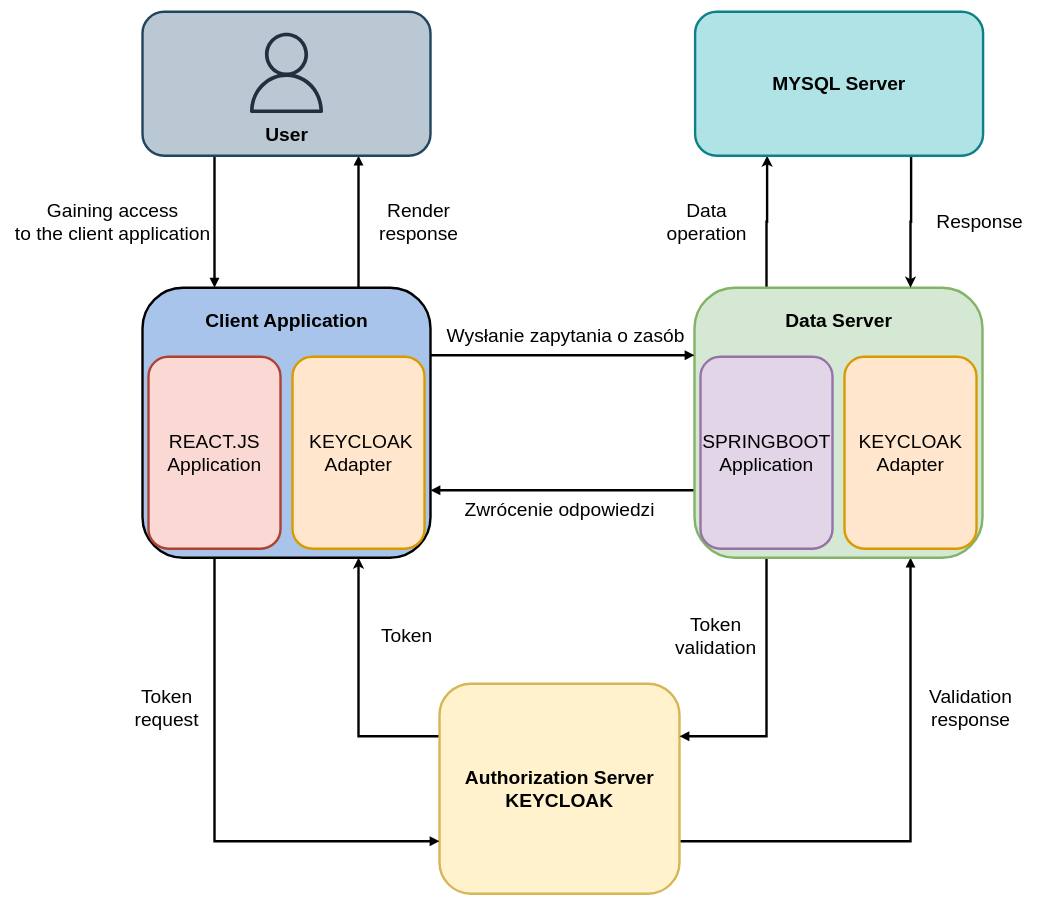
The draw.io diagram diagram_komponentów.drawio in piskorr/fitstat, before the edit. Source tidied: cells renumbered, new cells numbered last; positions are measured from the earlier drawing's top-left corner, leaving out a move shared by most shapes. Both pictures are drawn from the tidied source at 60%, with x=0, y=0 at pixel (10, 11).
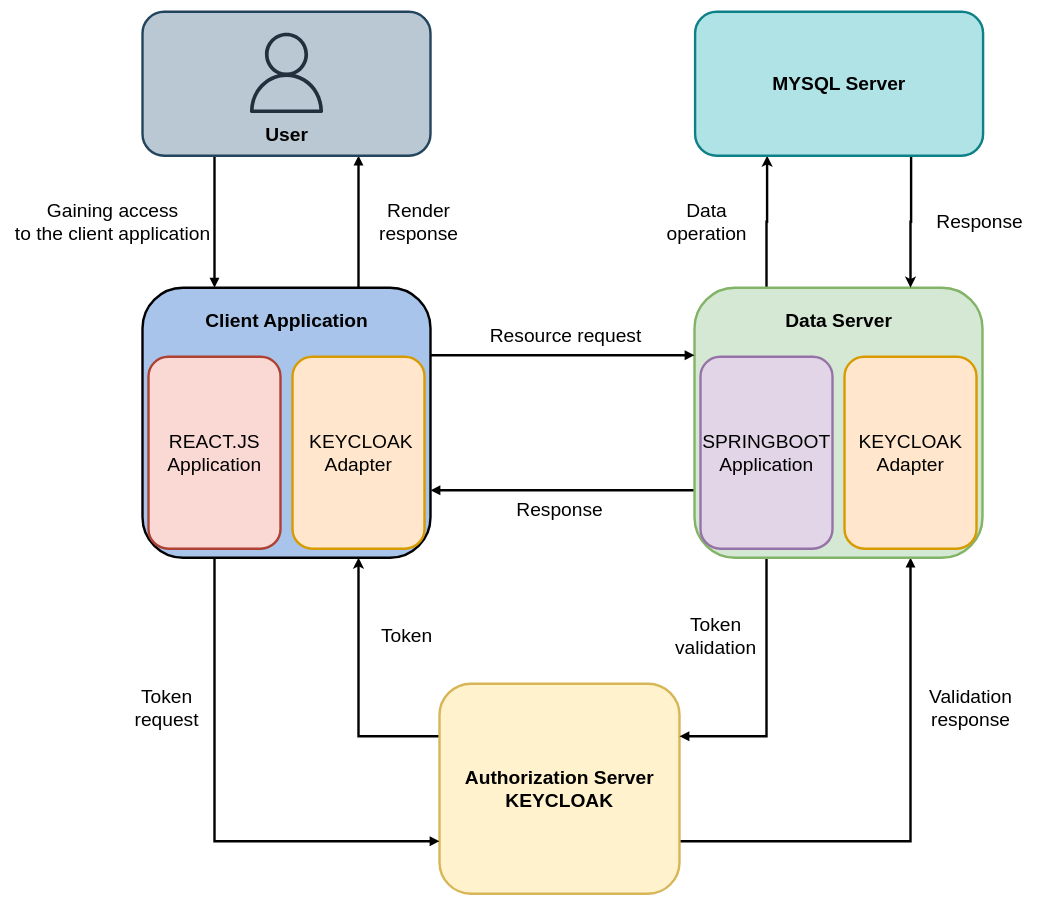
Above is the later version.

Diff of the diagram source:
```diff
@@
-    <mxCell id="14" value="Wysłanie zapytania o zasób&lt;br style=&quot;font-size: 32px;&quot;&gt;" style="text;html=1;align=center;verticalAlign=middle;strokeColor=none;fillColor=none;fontSize=32;fontColor=#000000;strokeWidth=4;" parent="1" vertex="1">
-      <mxGeometry x="720" y="520" width="410" height="40" as="geometry" />
+    <mxCell id="14" value="Resource request" style="text;html=1;align=center;verticalAlign=middle;strokeColor=none;fillColor=none;fontSize=32;fontColor=#000000;strokeWidth=4;" parent="1" vertex="1">
+      <mxGeometry x="790" y="520" width="270" height="40" as="geometry" />
     </mxCell>
-    <mxCell id="15" value="Zwrócenie odpowiedzi" style="text;html=1;align=center;verticalAlign=middle;strokeColor=none;fillColor=none;fontSize=32;fontColor=#000000;strokeWidth=4;" parent="1" vertex="1">
-      <mxGeometry x="750" y="810" width="330" height="40" as="geometry" />
+    <mxCell id="15" value="Response" style="text;html=1;align=center;verticalAlign=middle;strokeColor=none;fillColor=none;fontSize=32;fontColor=#000000;strokeWidth=4;" parent="1" vertex="1">
+      <mxGeometry x="835" y="810" width="160" height="40" as="geometry" />
     </mxCell>
```
